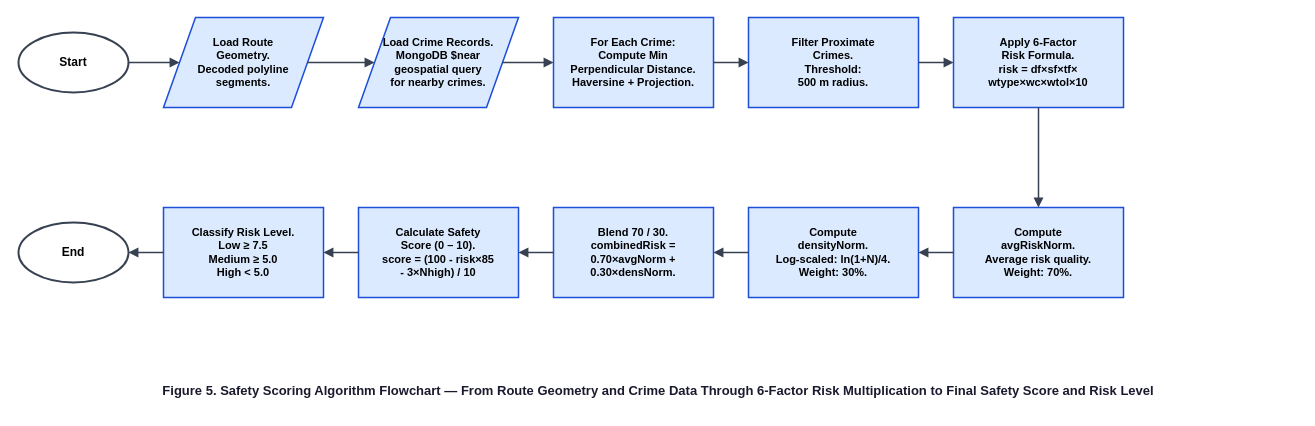
This is safety_scoring_diagram.drawio from EFTY1309/Route-Shield, a draw.io file, before an edit. Source tidied: cells renumbered, new cells numbered last; positions are measured from the earlier drawing's top-left corner, leaving out a move shared by most shapes. Both pictures are drawn from the tidied source at 100%, with x=0, y=0 at pixel (18, 17).
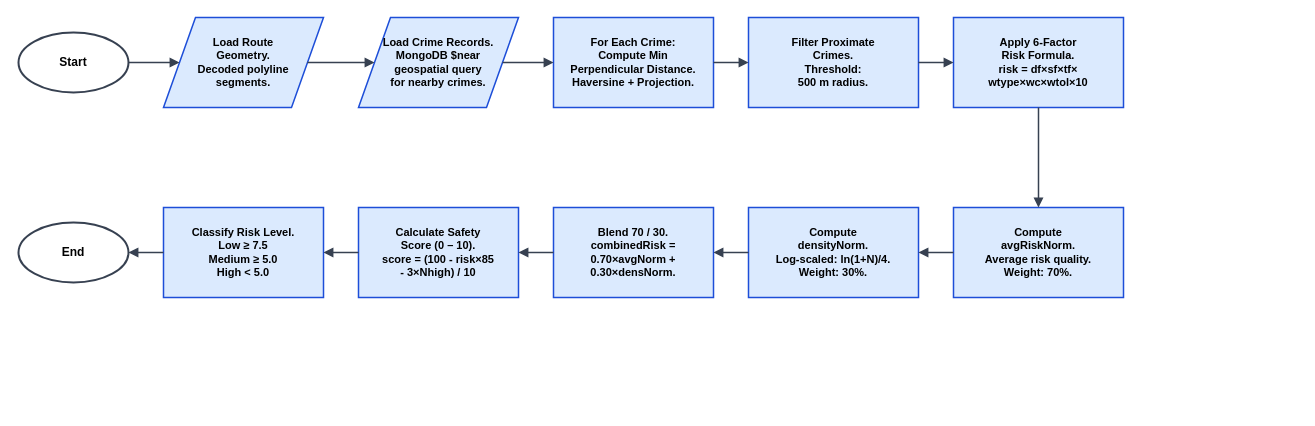
The same diagram, later.

Commit message (it also covers changes not shown here):
refactor: simplify flowchart diagrams for route aggregation and safety scoring

The edit, as a diff of the source:
```diff
@@
-    <mxCell id="25" value="Figure 5. Safety Scoring Algorithm Flowchart — From Route Geometry and Crime Data Through 6-Factor Risk Multiplication to Final Safety Score and Risk Level" style="text;html=1;strokeColor=none;fillColor=none;align=center;verticalAlign=middle;whiteSpace=wrap;fontSize=13;fontStyle=1;fontColor=#1a1a2e;" parent="1" vertex="1">
-      <mxGeometry y="355" width="1280" height="36" as="geometry" />
-    </mxCell>
```
